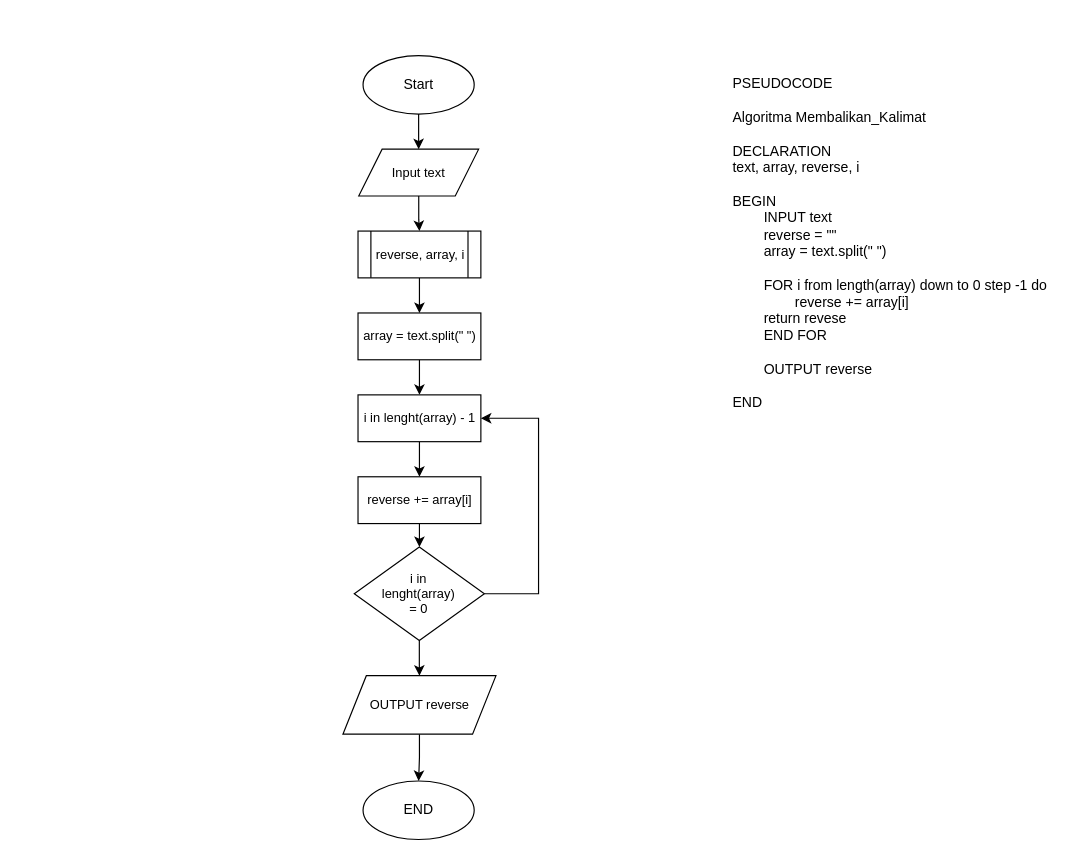
This is page "Membalikan Kalimat" (2 of 2) of 6-Tasks-Computer-Science.drawio from mfdrfauzi/fwg17-computer-science, a draw.io file, before an edit. Source tidied: cells renumbered, new cells numbered last; positions are measured from the earlier drawing's top-left corner, leaving out a move shared by most shapes. Both pictures are drawn from the tidied source at 117%, with x=0, y=0 at pixel (343, 55).
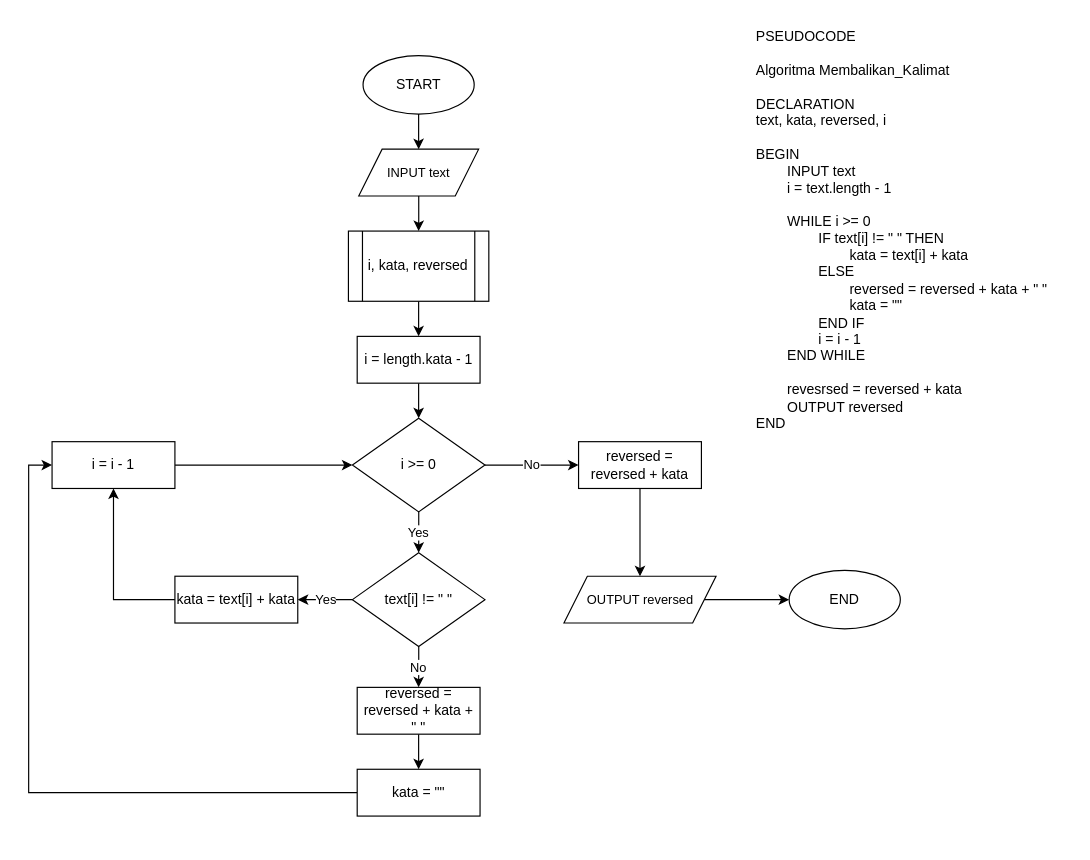
After the change.

The edit, as a diff of the source:
```diff
@@
-    <mxCell id="2" value="PSEUDOCODE&lt;br&gt;&lt;br&gt;&lt;div&gt;Algoritma Membalikan_Kalimat&lt;/div&gt;&lt;div&gt;&lt;br&gt;&lt;/div&gt;&lt;div&gt;DECLARATION&lt;/div&gt;&lt;div&gt;text, array, reverse, i&lt;/div&gt;&lt;div&gt;&lt;br&gt;&lt;/div&gt;&lt;div&gt;BEGIN&lt;/div&gt;&lt;div&gt;&lt;span style=&quot;white-space: pre;&quot;&gt;&#9;&lt;/span&gt;INPUT text&lt;span style=&quot;&quot;&gt;&lt;/span&gt;&lt;/div&gt;&lt;div&gt;&lt;span style=&quot;&quot;&gt;&lt;span style=&quot;&quot;&gt;&lt;span style=&quot;white-space: pre;&quot;&gt;&amp;nbsp;&amp;nbsp;&amp;nbsp;&amp;nbsp;&lt;span style=&quot;white-space: pre;&quot;&gt;&#9;&lt;/span&gt;&lt;/span&gt;&lt;/span&gt;reverse = &quot;&quot;&lt;/span&gt;&lt;/div&gt;&lt;div&gt;&lt;span style=&quot;&quot;&gt;&lt;span style=&quot;&quot;&gt;&lt;span style=&quot;white-space: pre;&quot;&gt;&amp;nbsp;&amp;nbsp;&amp;nbsp;&amp;nbsp;&lt;span style=&quot;white-space: pre;&quot;&gt;&#9;&lt;/span&gt;&lt;/span&gt;&lt;/span&gt;array = text.split(&quot; &quot;)&lt;/span&gt;&lt;/div&gt;&lt;div&gt;&lt;br&gt;&lt;/div&gt;&lt;div&gt;&lt;span style=&quot;&quot;&gt;&lt;span style=&quot;&quot;&gt;&lt;span style=&quot;white-space: pre;&quot;&gt;&amp;nbsp;&amp;nbsp;&amp;nbsp;&amp;nbsp;&lt;span style=&quot;white-space: pre;&quot;&gt;&#9;&lt;/span&gt;&lt;/span&gt;&lt;/span&gt;FOR i from length(array) down to 0 step -1 do&lt;/span&gt;&lt;/div&gt;&lt;div&gt;&amp;nbsp; &amp;nbsp; &amp;nbsp; &amp;nbsp; &lt;span style=&quot;white-space: pre;&quot;&gt;&#9;&lt;/span&gt;reverse += array[i]&lt;/div&gt;&lt;div&gt;&lt;span style=&quot;&quot;&gt;&lt;span style=&quot;&quot;&gt;&lt;span style=&quot;white-space: pre;&quot;&gt;&amp;nbsp;&amp;nbsp;&amp;nbsp;&amp;nbsp;&lt;span style=&quot;white-space: pre;&quot;&gt;&#9;&lt;/span&gt;&lt;/span&gt;&lt;/span&gt;return revese&lt;/span&gt;&lt;/div&gt;&lt;div&gt;&amp;nbsp; &amp;nbsp; &lt;span style=&quot;&quot;&gt;&lt;span style=&quot;white-space: pre;&quot;&gt;&amp;nbsp;&amp;nbsp;&amp;nbsp;&amp;nbsp;&lt;/span&gt;&lt;/span&gt;END FOR&lt;/div&gt;&lt;div&gt;&lt;br&gt;&lt;/div&gt;&lt;div&gt;&lt;span style=&quot;&quot;&gt;&lt;span style=&quot;&quot;&gt;&lt;span style=&quot;white-space: pre;&quot;&gt;&amp;nbsp;&amp;nbsp;&amp;nbsp;&amp;nbsp;&lt;span style=&quot;white-space: pre;&quot;&gt;&#9;&lt;/span&gt;OUTPUT&lt;/span&gt;&lt;/span&gt;&amp;nbsp;reverse&lt;/span&gt;&lt;/div&gt;&lt;div&gt;&lt;span style=&quot;&quot;&gt;&lt;span style=&quot;white-space: pre;&quot;&gt;&amp;nbsp;&amp;nbsp;&amp;nbsp;&amp;nbsp;&lt;/span&gt;&lt;/span&gt;&lt;/div&gt;&lt;div&gt;END&lt;/div&gt;" style="text;html=1;align=left;verticalAlign=top;strokeColor=none;fillColor=none;" parent="1" vertex="1">
-      <mxGeometry x="331" y="10" width="290" height="300" as="geometry" />
+    <mxCell id="2" value="PSEUDOCODE&lt;br&gt;&lt;br&gt;&lt;div&gt;Algoritma Membalikan_Kalimat&lt;/div&gt;&lt;div&gt;&lt;br&gt;&lt;/div&gt;&lt;div&gt;DECLARATION&lt;/div&gt;&lt;div&gt;text, kata, reversed, i&lt;/div&gt;&lt;div&gt;&lt;br&gt;&lt;/div&gt;&lt;div&gt;BEGIN&lt;/div&gt;&lt;div&gt;&lt;span style=&quot;white-space: pre;&quot;&gt;&#9;&lt;/span&gt;INPUT text&lt;/div&gt;&lt;div&gt;&lt;span style=&quot;white-space: pre;&quot;&gt;&#9;&lt;/span&gt;i = text.length - 1&lt;/div&gt;&lt;div&gt;&lt;span style=&quot;white-space: pre;&quot;&gt;&#9;&lt;/span&gt;&lt;br&gt;&lt;/div&gt;&lt;div&gt;&lt;span style=&quot;white-space: pre;&quot;&gt;&#9;&lt;/span&gt;WHILE i &amp;gt;= 0&lt;br&gt;&lt;/div&gt;&lt;div&gt;&lt;span style=&quot;white-space: pre;&quot;&gt;&#9;&lt;/span&gt;&lt;span style=&quot;white-space: pre;&quot;&gt;&#9;&lt;/span&gt;IF text[i] != &quot; &quot; THEN&lt;/div&gt;&lt;div&gt;&lt;span style=&quot;white-space: pre;&quot;&gt;&#9;&lt;/span&gt;&lt;span style=&quot;white-space: pre;&quot;&gt;&#9;&lt;/span&gt;&lt;span style=&quot;white-space: pre;&quot;&gt;&#9;&lt;/span&gt;kata = text[i] + kata&lt;br&gt;&lt;/div&gt;&lt;div&gt;&lt;span style=&quot;white-space: pre;&quot;&gt;&#9;&lt;/span&gt;&lt;span style=&quot;white-space: pre;&quot;&gt;&#9;&lt;/span&gt;ELSE&lt;br&gt;&lt;/div&gt;&lt;div&gt;&lt;span style=&quot;white-space: pre;&quot;&gt;&#9;&lt;/span&gt;&lt;span style=&quot;white-space: pre;&quot;&gt;&#9;&lt;/span&gt;&lt;span style=&quot;white-space: pre;&quot;&gt;&#9;&lt;/span&gt;reversed = reversed + kata + &quot; &quot;&lt;br&gt;&lt;/div&gt;&lt;div&gt;&lt;span style=&quot;white-space: pre;&quot;&gt;&#9;&lt;/span&gt;&lt;span style=&quot;white-space: pre;&quot;&gt;&#9;&lt;/span&gt;&lt;span style=&quot;white-space: pre;&quot;&gt;&#9;&lt;/span&gt;kata = &quot;&quot;&lt;br&gt;&lt;/div&gt;&lt;div&gt;&lt;span style=&quot;white-space: pre;&quot;&gt;&#9;&lt;/span&gt;&lt;span style=&quot;white-space: pre;&quot;&gt;&#9;&lt;/span&gt;END IF&lt;br&gt;&lt;/div&gt;&lt;div&gt;&lt;span style=&quot;white-space: pre;&quot;&gt;&#9;&lt;span style=&quot;white-space: pre;&quot;&gt;&#9;&lt;/span&gt;i&lt;/span&gt;&amp;nbsp;= i - 1&lt;br&gt;&lt;/div&gt;&lt;div&gt;&lt;span style=&quot;white-space: pre;&quot;&gt;&#9;&lt;/span&gt;END WHILE&lt;br&gt;&lt;/div&gt;&lt;div&gt;&lt;br&gt;&lt;/div&gt;&lt;div&gt;&lt;span style=&quot;white-space: pre;&quot;&gt;&#9;&lt;/span&gt;revesrsed = reversed + kata&lt;br&gt;&lt;/div&gt;&lt;div&gt;&lt;span style=&quot;white-space: pre;&quot;&gt;&#9;&lt;/span&gt;OUTPUT reversed&lt;br&gt;&lt;/div&gt;&lt;div&gt;END&lt;/div&gt;" style="text;html=1;align=left;verticalAlign=top;strokeColor=none;fillColor=none;" parent="1" vertex="1">
+      <mxGeometry x="351" y="-30" width="270" height="360" as="geometry" />
     </mxCell>
@@
-    <mxCell id="4" value="Start" style="ellipse;whiteSpace=wrap;html=1;" parent="1" vertex="1">
+    <mxCell id="4" value="START" style="ellipse;whiteSpace=wrap;html=1;" parent="1" vertex="1">
       <mxGeometry x="16.8" width="95" height="50" as="geometry" />
     </mxCell>
-    <mxCell id="5" style="edgeStyle=orthogonalEdgeStyle;rounded=0;jettySize=auto;html=1;entryX=0.5;entryY=0;entryDx=0;entryDy=0;fontSize=11;" parent="1" edge="1" source="6" target="8">
-      <mxGeometry relative="1" as="geometry" />
-    </mxCell>
+    <mxCell id="21" style="edgeStyle=orthogonalEdgeStyle;rounded=0;jettySize=auto;html=1;entryX=0.5;entryY=0;entryDx=0;entryDy=0;" parent="1" edge="1" source="6" target="23">
+      <mxGeometry relative="1" as="geometry" />
+    </mxCell>
-    <mxCell id="6" value="Input text" style="shape=parallelogram;perimeter=parallelogramPerimeter;whiteSpace=wrap;html=1;fixedSize=1;fontSize=11;" parent="1" vertex="1">
+    <mxCell id="6" value="INPUT text" style="shape=parallelogram;perimeter=parallelogramPerimeter;whiteSpace=wrap;html=1;fixedSize=1;fontSize=11;" parent="1" vertex="1">
       <mxGeometry x="13.1" y="80" width="102.5" height="40" as="geometry" />
     </mxCell>
-    <mxCell id="7" style="edgeStyle=orthogonalEdgeStyle;rounded=0;jettySize=auto;html=1;entryX=0.5;entryY=0;entryDx=0;entryDy=0;fontSize=11;" parent="1" edge="1" source="8" target="10">
-      <mxGeometry relative="1" as="geometry" />
-    </mxCell>
-    <mxCell id="8" value="reverse, array, i" style="shape=process;whiteSpace=wrap;html=1;backgroundOutline=1;fontSize=11;" parent="1" vertex="1">
-      <mxGeometry x="12.5" y="150" width="105" height="40" as="geometry" />
-    </mxCell>
-    <mxCell id="9" style="edgeStyle=orthogonalEdgeStyle;rounded=0;jettySize=auto;html=1;entryX=0.5;entryY=0;entryDx=0;entryDy=0;fontSize=11;" parent="1" edge="1" source="10" target="18">
-      <mxGeometry relative="1" as="geometry" />
-    </mxCell>
-    <mxCell id="10" value="array = text.split(&quot; &quot;)" style="rounded=0;whiteSpace=wrap;html=1;fontSize=11;" parent="1" vertex="1">
-      <mxGeometry x="12.5" y="220" width="105" height="40" as="geometry" />
-    </mxCell>
-    <mxCell id="11" style="edgeStyle=orthogonalEdgeStyle;rounded=0;jettySize=auto;html=1;entryX=1;entryY=0.5;entryDx=0;entryDy=0;fontSize=11;" parent="1" edge="1" source="13" target="18">
-      <mxGeometry relative="1" as="geometry">
-        <Array as="points">
-          <mxPoint x="166.8" y="460" />
-          <mxPoint x="166.8" y="310" />
-        </Array>
-      </mxGeometry>
-    </mxCell>
-    <mxCell id="12" style="edgeStyle=orthogonalEdgeStyle;rounded=0;jettySize=auto;html=1;entryX=0.5;entryY=0;entryDx=0;entryDy=0;" parent="1" edge="1" source="13" target="20">
-      <mxGeometry relative="1" as="geometry" />
-    </mxCell>
-    <mxCell id="13" value="i in&lt;br style=&quot;font-size: 11px;&quot;&gt;lenght(array)&lt;br style=&quot;font-size: 11px;&quot;&gt;= 0" style="rhombus;whiteSpace=wrap;html=1;fontSize=11;" parent="1" vertex="1">
-      <mxGeometry x="9.3" y="420" width="111.2" height="80" as="geometry" />
-    </mxCell>
-    <mxCell id="14" style="edgeStyle=orthogonalEdgeStyle;rounded=0;jettySize=auto;html=1;entryX=0.5;entryY=0;entryDx=0;entryDy=0;fontSize=11;" parent="1" edge="1" source="15" target="13">
-      <mxGeometry relative="1" as="geometry" />
-    </mxCell>
-    <mxCell id="15" value="reverse += array[i]" style="rounded=0;whiteSpace=wrap;html=1;fontSize=11;" parent="1" vertex="1">
-      <mxGeometry x="12.5" y="360" width="105" height="40" as="geometry" />
-    </mxCell>
+    <mxCell id="22" style="edgeStyle=orthogonalEdgeStyle;rounded=0;jettySize=auto;html=1;entryX=0.5;entryY=0;entryDx=0;entryDy=0;" parent="1" edge="1" source="23" target="25">
+      <mxGeometry relative="1" as="geometry" />
+    </mxCell>
+    <mxCell id="23" value="i, kata, reversed" style="shape=process;whiteSpace=wrap;html=1;backgroundOutline=1;" parent="1" vertex="1">
+      <mxGeometry x="4.3" y="150" width="120" height="60" as="geometry" />
+    </mxCell>
+    <mxCell id="24" style="edgeStyle=orthogonalEdgeStyle;rounded=0;jettySize=auto;html=1;entryX=0.5;entryY=0;entryDx=0;entryDy=0;" parent="1" edge="1" source="25" target="28">
+      <mxGeometry relative="1" as="geometry" />
+    </mxCell>
+    <mxCell id="25" value="i = length.kata - 1" style="rounded=0;whiteSpace=wrap;html=1;" parent="1" vertex="1">
+      <mxGeometry x="11.8" y="240" width="105" height="40" as="geometry" />
+    </mxCell>
+    <mxCell id="26" value="Yes" style="edgeStyle=orthogonalEdgeStyle;rounded=0;jettySize=auto;html=1;entryX=0.5;entryY=0;entryDx=0;entryDy=0;" parent="1" edge="1" source="28" target="31">
+      <mxGeometry relative="1" as="geometry" />
+    </mxCell>
+    <mxCell id="27" value="No" style="edgeStyle=orthogonalEdgeStyle;rounded=0;jettySize=auto;html=1;entryX=0;entryY=0.5;entryDx=0;entryDy=0;" parent="1" edge="1" source="28" target="41">
+      <mxGeometry relative="1" as="geometry" />
+    </mxCell>
+    <mxCell id="28" value="i &amp;gt;= 0" style="rhombus;whiteSpace=wrap;html=1;" parent="1" vertex="1">
+      <mxGeometry x="7.7" y="310" width="113.3" height="80" as="geometry" />
+    </mxCell>
+    <mxCell id="29" value="Yes" style="edgeStyle=orthogonalEdgeStyle;rounded=0;jettySize=auto;html=1;entryX=1;entryY=0.5;entryDx=0;entryDy=0;" parent="1" edge="1" source="31" target="35">
+      <mxGeometry relative="1" as="geometry" />
+    </mxCell>
+    <mxCell id="30" value="No" style="edgeStyle=orthogonalEdgeStyle;rounded=0;jettySize=auto;html=1;entryX=0.5;entryY=0;entryDx=0;entryDy=0;" parent="1" edge="1" source="31" target="33">
+      <mxGeometry relative="1" as="geometry" />
+    </mxCell>
+    <mxCell id="31" value="text[i] != &quot; &quot;" style="rhombus;whiteSpace=wrap;html=1;" parent="1" vertex="1">
+      <mxGeometry x="7.7" y="425" width="113.3" height="80" as="geometry" />
+    </mxCell>
+    <mxCell id="32" style="edgeStyle=orthogonalEdgeStyle;rounded=0;jettySize=auto;html=1;entryX=0.5;entryY=0;entryDx=0;entryDy=0;" parent="1" edge="1" source="33" target="37">
+      <mxGeometry relative="1" as="geometry" />
+    </mxCell>
+    <mxCell id="33" value="reversed = reversed + kata +&lt;br&gt;&quot; &quot;" style="rounded=0;whiteSpace=wrap;html=1;" parent="1" vertex="1">
+      <mxGeometry x="11.8" y="540" width="105" height="40" as="geometry" />
+    </mxCell>
+    <mxCell id="34" style="edgeStyle=orthogonalEdgeStyle;rounded=0;jettySize=auto;html=1;entryX=0.5;entryY=1;entryDx=0;entryDy=0;" parent="1" edge="1" source="35" target="39">
+      <mxGeometry relative="1" as="geometry">
+        <Array as="points">
+          <mxPoint x="-196" y="465" />
+        </Array>
+      </mxGeometry>
+    </mxCell>
+    <mxCell id="35" value="kata = text[i] + kata" style="rounded=0;whiteSpace=wrap;html=1;" parent="1" vertex="1">
+      <mxGeometry x="-144" y="445" width="105" height="40" as="geometry" />
+    </mxCell>
+    <mxCell id="36" style="edgeStyle=orthogonalEdgeStyle;rounded=0;jettySize=auto;html=1;entryX=0;entryY=0.5;entryDx=0;entryDy=0;" parent="1" edge="1" source="37" target="39">
+      <mxGeometry relative="1" as="geometry" />
+    </mxCell>
+    <mxCell id="37" value="kata = &quot;&quot;" style="rounded=0;whiteSpace=wrap;html=1;" parent="1" vertex="1">
+      <mxGeometry x="11.8" y="610" width="105" height="40" as="geometry" />
+    </mxCell>
+    <mxCell id="38" style="edgeStyle=orthogonalEdgeStyle;rounded=0;jettySize=auto;html=1;entryX=0;entryY=0.5;entryDx=0;entryDy=0;" parent="1" edge="1" source="39" target="28">
+      <mxGeometry relative="1" as="geometry" />
+    </mxCell>
+    <mxCell id="39" value="i = i - 1" style="rounded=0;whiteSpace=wrap;html=1;" parent="1" vertex="1">
+      <mxGeometry x="-249" y="330" width="105" height="40" as="geometry" />
+    </mxCell>
+    <mxCell id="40" style="edgeStyle=orthogonalEdgeStyle;rounded=0;jettySize=auto;html=1;entryX=0.5;entryY=0;entryDx=0;entryDy=0;" parent="1" edge="1" source="41" target="43">
+      <mxGeometry relative="1" as="geometry" />
+    </mxCell>
+    <mxCell id="41" value="reversed = reversed + kata" style="rounded=0;whiteSpace=wrap;html=1;" parent="1" vertex="1">
+      <mxGeometry x="201" y="330" width="105" height="40" as="geometry" />
+    </mxCell>
+    <mxCell id="42" style="edgeStyle=orthogonalEdgeStyle;rounded=0;jettySize=auto;html=1;entryX=0;entryY=0.5;entryDx=0;entryDy=0;" parent="1" edge="1" source="43" target="16">
+      <mxGeometry relative="1" as="geometry" />
+    </mxCell>
+    <mxCell id="43" value="OUTPUT reversed" style="shape=parallelogram;perimeter=parallelogramPerimeter;whiteSpace=wrap;html=1;fixedSize=1;fontSize=11;" parent="1" vertex="1">
+      <mxGeometry x="188.5" y="445" width="130" height="40" as="geometry" />
+    </mxCell>
     <mxCell id="16" value="END" style="ellipse;whiteSpace=wrap;html=1;" parent="1" vertex="1">
-      <mxGeometry x="16.8" y="620" width="95" height="50" as="geometry" />
+      <mxGeometry x="381" y="440" width="95" height="50" as="geometry" />
     </mxCell>
-    <mxCell id="17" style="edgeStyle=orthogonalEdgeStyle;rounded=0;jettySize=auto;html=1;entryX=0.5;entryY=0;entryDx=0;entryDy=0;fontSize=11;" parent="1" edge="1" source="18" target="15">
-      <mxGeometry relative="1" as="geometry" />
-    </mxCell>
-    <mxCell id="18" value="i in lenght(array) - 1" style="rounded=0;whiteSpace=wrap;html=1;fontSize=11;" parent="1" vertex="1">
-      <mxGeometry x="12.5" y="290" width="105" height="40" as="geometry" />
-    </mxCell>
-    <mxCell id="19" style="edgeStyle=orthogonalEdgeStyle;rounded=0;jettySize=auto;html=1;entryX=0.5;entryY=0;entryDx=0;entryDy=0;" parent="1" edge="1" source="20" target="16">
-      <mxGeometry relative="1" as="geometry" />
-    </mxCell>
-    <mxCell id="20" value="OUTPUT reverse" style="shape=parallelogram;perimeter=parallelogramPerimeter;whiteSpace=wrap;html=1;fixedSize=1;fontSize=11;" parent="1" vertex="1">
-      <mxGeometry x="-0.4" y="530" width="130.8" height="50" as="geometry" />
-    </mxCell>
```
